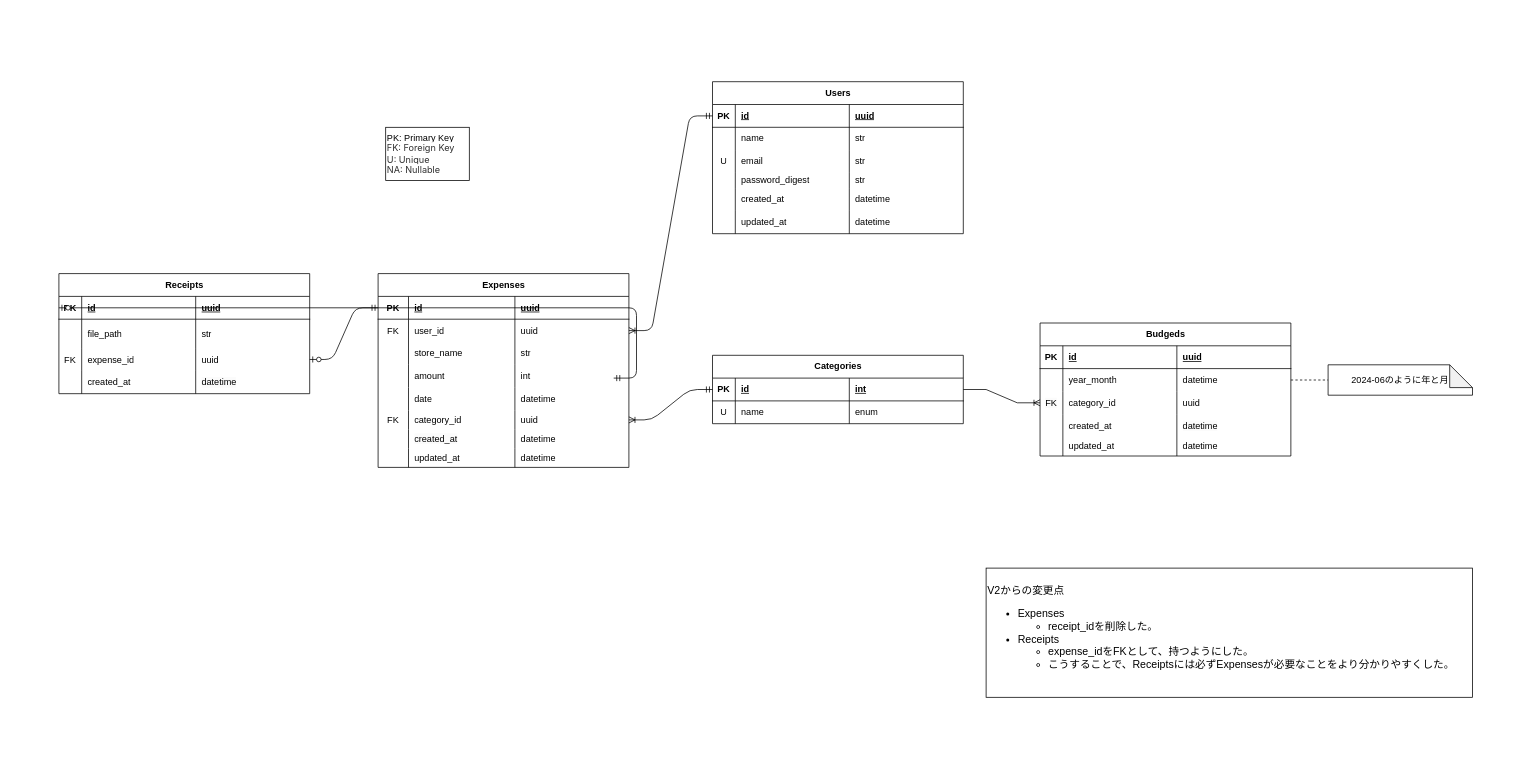
ogaogs/receipt-scanner keeps this draw.io diagram as architecture/ER/ER.drawio. Above is the earlier version. Source tidied: cells renumbered, new cells numbered last; positions are measured from the earlier drawing's top-left corner, leaving out a move shared by most shapes. Both pictures are drawn from the tidied source at 76%, with x=0, y=0 at pixel (59, 81).
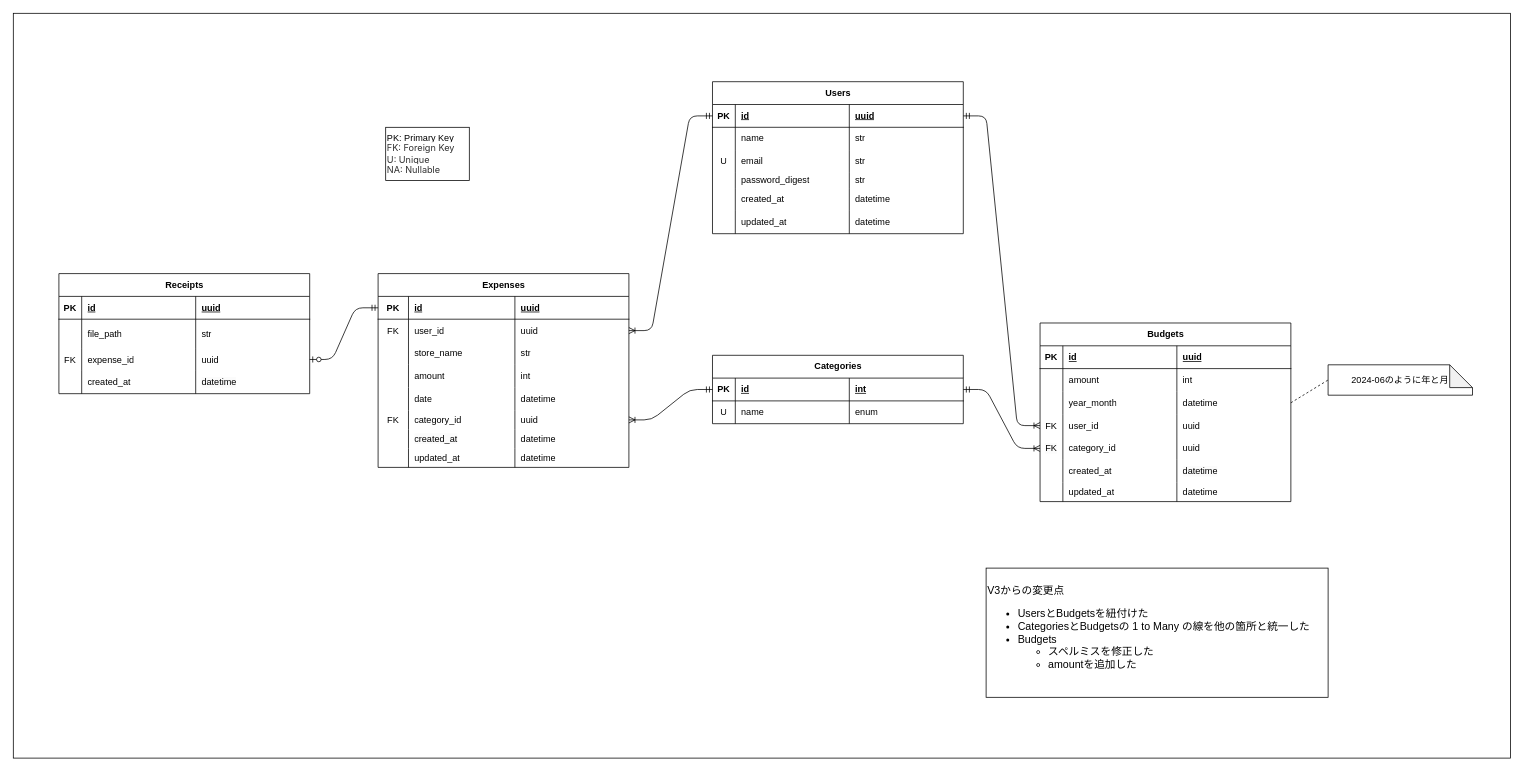
After the change.

Commit message (it also covers changes not shown here):
🗃️ ER図の編集：v4に変更した (#36)

The change refers to these unchanged cells:
```xml
<mxCell id="3" style="shape=tableRow;horizontal=0;startSize=0;swimlaneHead=0;swimlaneBody=0;fillColor=none;points=[[0,0.5],[1,0.5]];portConstraint=eastwest;top=0;left=0;right=0;bottom=1;" parent="2" vertex="1">
  <mxGeometry y="30" width="330" height="30" as="geometry" />
</mxCell>
<mxCell id="61" style="shape=tableRow;horizontal=0;startSize=0;swimlaneHead=0;swimlaneBody=0;fillColor=none;points=[[0,0.5],[1,0.5]];portConstraint=eastwest;top=0;left=0;right=0;bottom=1;" parent="60" vertex="1">
  <mxGeometry y="30" width="330" height="30" as="geometry" />
</mxCell>
<mxCell id="70" style="shape=tableRow;horizontal=0;startSize=0;swimlaneHead=0;swimlaneBody=0;fillColor=none;points=[[0,0.5],[1,0.5]];portConstraint=eastwest;top=0;left=0;right=0;bottom=1;" parent="69" vertex="1">
  <mxGeometry y="30" width="330" height="30" as="geometry" />
</mxCell>
```

What changed in the source:
```diff
@@
+    <mxCell id="116" style="rounded=0;whiteSpace=wrap;html=1;" parent="1" vertex="1">
+      <mxGeometry x="-60" y="-90" width="1970" height="980" as="geometry" />
+    </mxCell>
@@
-    <mxCell id="86" value="Budgeds" style="shape=table;startSize=30;childLayout=tableLayout;rowLines=0;fontStyle=1;align=center;html=1;" parent="1" vertex="1">
-      <mxGeometry x="1291" y="317.5" width="330" height="175" as="geometry" />
+    <mxCell id="86" value="Budgets" style="shape=table;startSize=30;childLayout=tableLayout;rowLines=0;fontStyle=1;align=center;html=1;" parent="1" vertex="1">
+      <mxGeometry x="1291" y="317.5" width="330" height="235" as="geometry" />
     </mxCell>
@@
+    <mxCell id="117" style="shape=tableRow;horizontal=0;startSize=0;swimlaneHead=0;swimlaneBody=0;fillColor=none;top=0;left=0;right=0;bottom=0;" parent="86" vertex="1">
+      <mxGeometry y="60" width="330" height="30" as="geometry" />
+    </mxCell>
+    <mxCell id="118" style="shape=partialRectangle;fillColor=none;top=0;left=0;bottom=0;right=0;overflow=hidden;whiteSpace=wrap;html=1;" parent="117" vertex="1">
+      <mxGeometry width="30" height="30" as="geometry" />
+    </mxCell>
+    <mxCell id="119" value="amount" style="shape=partialRectangle;fillColor=none;top=0;left=0;bottom=0;right=0;align=left;spacingLeft=6;overflow=hidden;whiteSpace=wrap;html=1;" parent="117" vertex="1">
+      <mxGeometry x="30" width="150" height="30" as="geometry" />
+    </mxCell>
+    <mxCell id="120" value="int" style="shape=partialRectangle;fillColor=none;top=0;left=0;bottom=0;right=0;align=left;spacingLeft=6;overflow=hidden;whiteSpace=wrap;html=1;" parent="117" vertex="1">
+      <mxGeometry x="180" width="150" height="30" as="geometry" />
+    </mxCell>
     <mxCell id="91" style="shape=tableRow;horizontal=0;startSize=0;swimlaneHead=0;swimlaneBody=0;fillColor=none;points=[[0,0.5],[1,0.5]];portConstraint=eastwest;top=0;left=0;right=0;bottom=0;" parent="86" vertex="1">
-      <mxGeometry y="60" width="330" height="30" as="geometry" />
+      <mxGeometry y="90" width="330" height="30" as="geometry" />
     </mxCell>
@@
+    <mxCell id="121" style="shape=tableRow;horizontal=0;startSize=0;swimlaneHead=0;swimlaneBody=0;fillColor=none;points=[[0,0.5],[1,0.5]];portConstraint=eastwest;top=0;left=0;right=0;bottom=0;" parent="86" vertex="1">
+      <mxGeometry y="120" width="330" height="30" as="geometry" />
+    </mxCell>
+    <mxCell id="122" value="FK" style="shape=partialRectangle;fillColor=none;top=0;left=0;bottom=0;right=0;overflow=hidden;whiteSpace=wrap;html=1;" parent="121" vertex="1">
+      <mxGeometry width="30" height="30" as="geometry" />
+    </mxCell>
+    <mxCell id="123" value="user_id" style="shape=partialRectangle;fillColor=none;top=0;left=0;bottom=0;right=0;align=left;spacingLeft=6;overflow=hidden;whiteSpace=wrap;html=1;" parent="121" vertex="1">
+      <mxGeometry x="30" width="150" height="30" as="geometry" />
+    </mxCell>
+    <mxCell id="124" value="uuid" style="shape=partialRectangle;fillColor=none;top=0;left=0;bottom=0;right=0;align=left;spacingLeft=6;overflow=hidden;whiteSpace=wrap;html=1;" parent="121" vertex="1">
+      <mxGeometry x="180" width="150" height="30" as="geometry" />
+    </mxCell>
     <mxCell id="95" style="shape=tableRow;horizontal=0;startSize=0;swimlaneHead=0;swimlaneBody=0;fillColor=none;points=[[0,0.5],[1,0.5]];portConstraint=eastwest;top=0;left=0;right=0;bottom=0;" parent="86" vertex="1">
-      <mxGeometry y="90" width="330" height="30" as="geometry" />
+      <mxGeometry y="150" width="330" height="30" as="geometry" />
     </mxCell>
@@
     <mxCell id="99" style="shape=tableRow;horizontal=0;startSize=0;swimlaneHead=0;swimlaneBody=0;fillColor=none;top=0;left=0;right=0;bottom=0;" parent="86" vertex="1">
-      <mxGeometry y="120" width="330" height="30" as="geometry" />
+      <mxGeometry y="180" width="330" height="30" as="geometry" />
     </mxCell>
@@
     <mxCell id="103" style="shape=tableRow;horizontal=0;startSize=0;swimlaneHead=0;swimlaneBody=0;fillColor=none;top=0;left=0;right=0;bottom=0;" parent="86" vertex="1">
-      <mxGeometry y="150" width="330" height="25" as="geometry" />
+      <mxGeometry y="210" width="330" height="25" as="geometry" />
     </mxCell>
@@
-    <mxCell id="107" style="edgeStyle=entityRelationEdgeStyle;fontSize=12;html=1;endArrow=ERoneToMany;rounded=0;entryX=0;entryY=0.5;entryDx=0;entryDy=0;exitX=1;exitY=0.5;exitDx=0;exitDy=0;" parent="1" edge="1" source="61" target="95">
-      <mxGeometry relative="1" as="geometry" />
-    </mxCell>
-    <mxCell id="108" value="&lt;div style=&quot;font-size: 14px;&quot;&gt;V2からの変更点&lt;/div&gt;&lt;ul style=&quot;&quot;&gt;&lt;li style=&quot;font-size: 14px;&quot;&gt;Expenses&lt;/li&gt;&lt;ul&gt;&lt;li style=&quot;font-size: 14px;&quot;&gt;&lt;span style=&quot;background-color: initial;&quot;&gt;receipt_idを削除した。&lt;/span&gt;&lt;/li&gt;&lt;/ul&gt;&lt;li style=&quot;&quot;&gt;Receipts&lt;/li&gt;&lt;ul&gt;&lt;li style=&quot;border-color: var(--border-color);&quot;&gt;expense_idをFKとして、持つようにした。&lt;/li&gt;&lt;li style=&quot;border-color: var(--border-color);&quot;&gt;こうすることで、Receiptsには必ずExpensesが必要なことをより分かりやすくした。&lt;/li&gt;&lt;/ul&gt;&lt;/ul&gt;" style="text;html=1;align=left;verticalAlign=middle;strokeColor=default;fillColor=none;fontSize=14;" parent="1" vertex="1">
-      <mxGeometry x="1220" y="640" width="640" height="170" as="geometry" />
+    <mxCell id="108" value="&lt;div style=&quot;font-size: 14px;&quot;&gt;V3からの変更点&lt;/div&gt;&lt;ul style=&quot;&quot;&gt;&lt;li style=&quot;font-size: 14px;&quot;&gt;UsersとBudgetsを紐付けた&lt;/li&gt;&lt;li style=&quot;font-size: 14px;&quot;&gt;CategoriesとBudgetsの 1 to Many の線を他の箇所と統一した&lt;/li&gt;&lt;li style=&quot;font-size: 14px;&quot;&gt;Budgets&lt;/li&gt;&lt;ul&gt;&lt;li style=&quot;font-size: 14px;&quot;&gt;スペルミスを修正した&lt;/li&gt;&lt;li style=&quot;font-size: 14px;&quot;&gt;amountを追加した&lt;/li&gt;&lt;/ul&gt;&lt;/ul&gt;" style="text;html=1;align=left;verticalAlign=middle;strokeColor=default;fillColor=none;fontSize=14;" parent="1" vertex="1">
+      <mxGeometry x="1220" y="640" width="450" height="170" as="geometry" />
     </mxCell>
@@
-    <mxCell id="112" style="edgeStyle=entityRelationEdgeStyle;fontSize=12;html=1;endArrow=ERzeroToOne;startArrow=ERmandOne;exitX=1;exitY=0.5;exitDx=0;exitDy=0;entryX=0;entryY=0.5;entryDx=0;entryDy=0;" parent="1" edge="1" target="70">
-      <mxGeometry relative="1" as="geometry">
-        <mxPoint x="730" y="390" as="sourcePoint" />
-      </mxGeometry>
-    </mxCell>
@@
+    <mxCell id="107" style="edgeStyle=entityRelationEdgeStyle;fontSize=12;html=1;endArrow=ERoneToMany;startArrow=ERmandOne;exitX=1;exitY=0.5;exitDx=0;exitDy=0;entryX=0;entryY=0.5;entryDx=0;entryDy=0;" parent="1" edge="1" source="61" target="95">
+      <mxGeometry relative="1" as="geometry" />
+    </mxCell>
+    <mxCell id="125" style="edgeStyle=entityRelationEdgeStyle;fontSize=12;html=1;endArrow=ERoneToMany;startArrow=ERmandOne;exitX=1;exitY=0.5;exitDx=0;exitDy=0;entryX=0;entryY=0.5;entryDx=0;entryDy=0;" parent="1" edge="1" source="3" target="121">
+      <mxGeometry relative="1" as="geometry" />
+    </mxCell>
```
